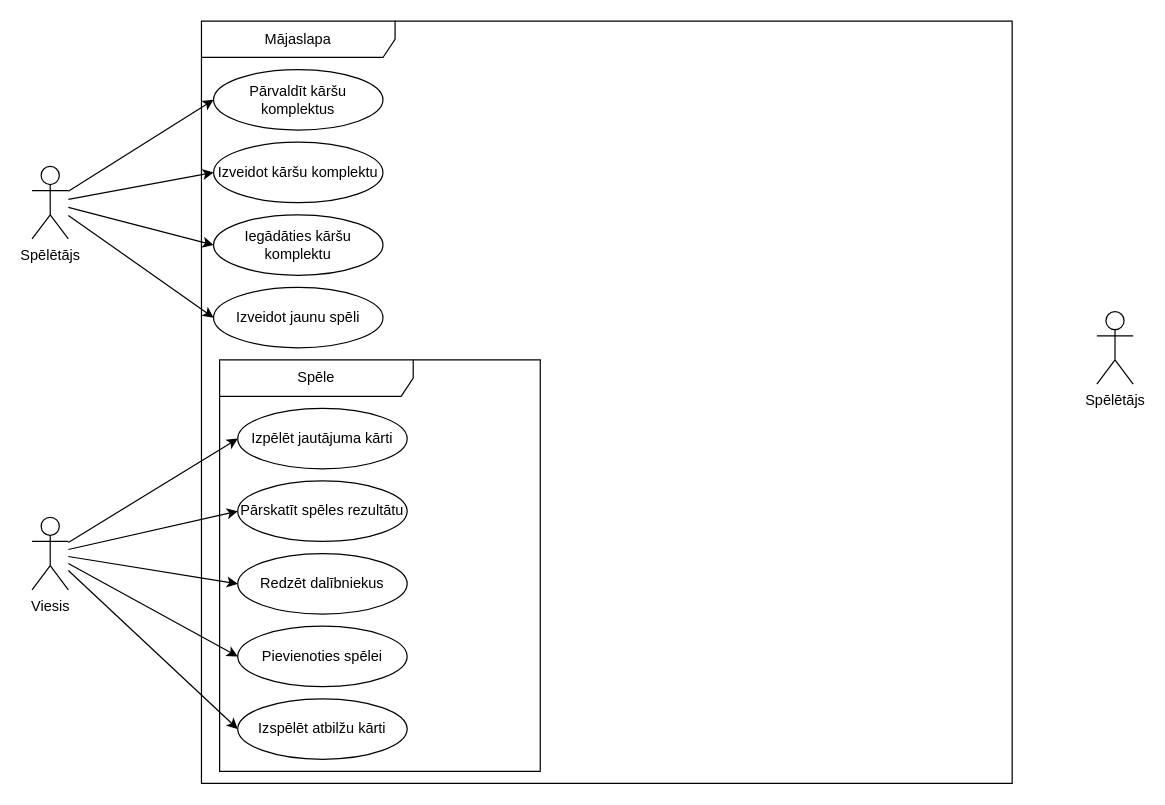
Before: dokumentacija/UseCase.drawio in Edgars-P/RVT-Projekts-CardGame, a draw.io diagram. Source tidied: cells renumbered, new cells numbered last; positions are measured from the earlier drawing's top-left corner, leaving out a move shared by most shapes. Both pictures are drawn from the tidied source at 121%, with x=0, y=0 at pixel (31, 21).
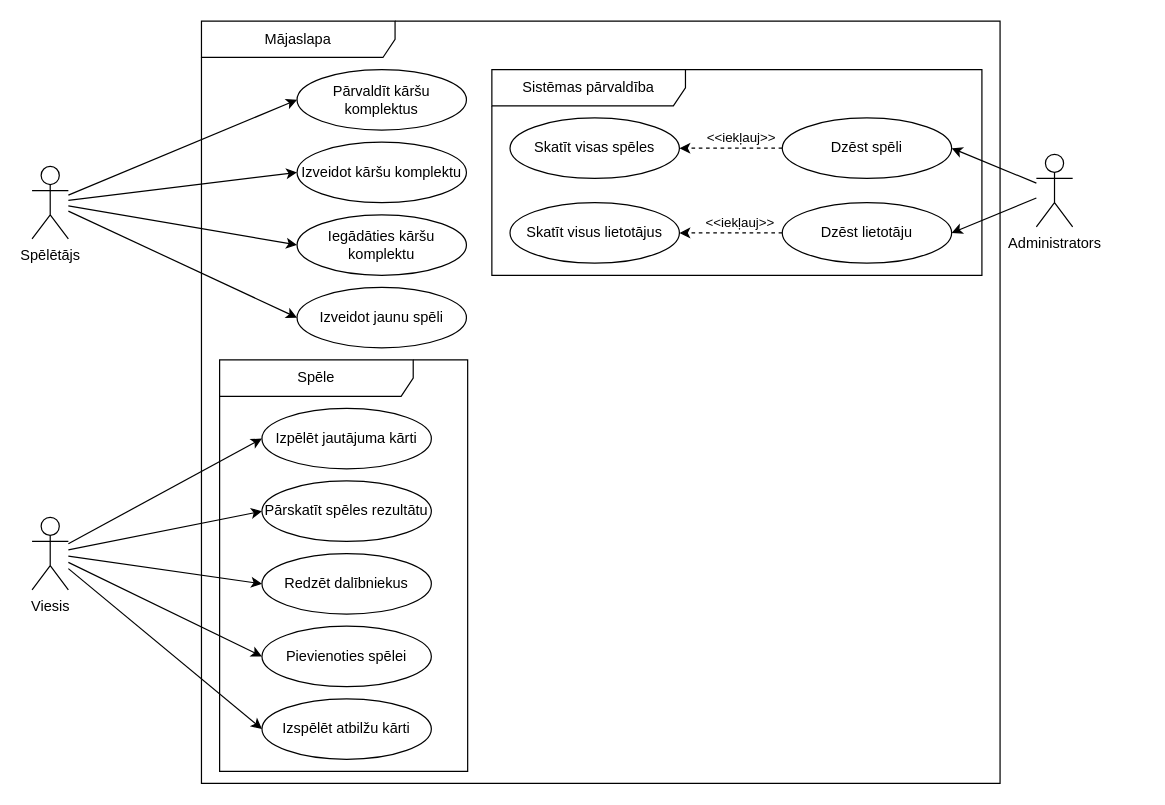
The same page after the edit.

What changed in the source:
```diff
@@
     <mxCell id="2" value="Mājaslapa" style="shape=umlFrame;whiteSpace=wrap;html=1;width=160;" parent="1" vertex="1">
-      <mxGeometry x="140" width="670" height="630" as="geometry" />
+      <mxGeometry x="140" width="660" height="630" as="geometry" />
     </mxCell>
     <mxCell id="3" value="Pārvaldīt kāršu komplektus" style="ellipse;whiteSpace=wrap;html=1;" parent="2" vertex="1">
-      <mxGeometry x="10" y="40" width="140" height="50" as="geometry" />
+      <mxGeometry x="79" y="40" width="140" height="50" as="geometry" />
     </mxCell>
     <mxCell id="4" value="Izveidot kāršu komplektu" style="ellipse;whiteSpace=wrap;html=1;" parent="2" vertex="1">
-      <mxGeometry x="10" y="100" width="140" height="50" as="geometry" />
+      <mxGeometry x="79" y="100" width="140" height="50" as="geometry" />
     </mxCell>
     <mxCell id="5" value="Iegādāties kāršu komplektu" style="ellipse;whiteSpace=wrap;html=1;" parent="2" vertex="1">
-      <mxGeometry x="10" y="160" width="140" height="50" as="geometry" />
+      <mxGeometry x="79" y="160" width="140" height="50" as="geometry" />
     </mxCell>
     <mxCell id="6" value="Izveidot jaunu spēli" style="ellipse;whiteSpace=wrap;html=1;" parent="2" vertex="1">
-      <mxGeometry x="10" y="220" width="140" height="50" as="geometry" />
+      <mxGeometry x="79" y="220" width="140" height="50" as="geometry" />
     </mxCell>
     <mxCell id="7" value="Spēle" style="shape=umlFrame;whiteSpace=wrap;html=1;width=160;" parent="2" vertex="1">
-      <mxGeometry x="15" y="280" width="265" height="340" as="geometry" />
+      <mxGeometry x="15" y="280" width="205" height="340" as="geometry" />
     </mxCell>
     <mxCell id="8" value="Izpēlēt jautājuma kārti" style="ellipse;whiteSpace=wrap;html=1;" parent="7" vertex="1">
-      <mxGeometry x="15" y="40" width="140" height="50" as="geometry" />
+      <mxGeometry x="35" y="40" width="140" height="50" as="geometry" />
     </mxCell>
     <mxCell id="9" value="Pārskatīt spēles rezultātu" style="ellipse;whiteSpace=wrap;html=1;" parent="7" vertex="1">
-      <mxGeometry x="15" y="100" width="140" height="50" as="geometry" />
+      <mxGeometry x="35" y="100" width="140" height="50" as="geometry" />
     </mxCell>
     <mxCell id="10" value="Redzēt dalībniekus" style="ellipse;whiteSpace=wrap;html=1;" parent="7" vertex="1">
-      <mxGeometry x="15" y="160" width="140" height="50" as="geometry" />
+      <mxGeometry x="35" y="160" width="140" height="50" as="geometry" />
     </mxCell>
     <mxCell id="11" value="Pievienoties spēlei" style="ellipse;whiteSpace=wrap;html=1;" parent="7" vertex="1">
-      <mxGeometry x="15" y="220" width="140" height="50" as="geometry" />
+      <mxGeometry x="35" y="220" width="140" height="50" as="geometry" />
     </mxCell>
     <mxCell id="12" value="Izspēlēt atbilžu kārti" style="ellipse;whiteSpace=wrap;html=1;" parent="7" vertex="1">
-      <mxGeometry x="15" y="280" width="140" height="50" as="geometry" />
+      <mxGeometry x="35" y="280" width="140" height="50" as="geometry" />
     </mxCell>
+    <mxCell id="25" value="Sistēmas pārvaldība" style="shape=umlFrame;whiteSpace=wrap;html=1;width=160;" parent="2" vertex="1">
+      <mxGeometry x="240" y="40" width="405" height="170" as="geometry" />
+    </mxCell>
+    <mxCell id="26" style="edgeStyle=none;shape=connector;rounded=0;jettySize=auto;html=1;entryX=1;entryY=0.5;entryDx=0;entryDy=0;labelBackgroundColor=default;strokeColor=default;align=center;verticalAlign=middle;fontFamily=Helvetica;fontSize=11;fontColor=default;endArrow=classic;dashed=1;" parent="25" edge="1" source="28" target="29">
+      <mxGeometry relative="1" as="geometry" />
+    </mxCell>
+    <mxCell id="27" value="&amp;lt;&amp;lt;iekļauj&amp;gt;&amp;gt;" style="edgeLabel;html=1;align=center;verticalAlign=middle;fontSize=11;fontFamily=Helvetica;fontColor=default;" parent="26" vertex="1">
+      <mxGeometry x="-0.5" y="-1" relative="1" as="geometry">
+        <mxPoint x="-14" y="-9" as="offset" />
+      </mxGeometry>
+    </mxCell>
+    <mxCell id="28" value="Dzēst spēli" style="ellipse;whiteSpace=wrap;html=1;" parent="25" vertex="1">
+      <mxGeometry x="240" y="40" width="140" height="50" as="geometry" />
+    </mxCell>
+    <mxCell id="29" value="Skatīt visas spēles" style="ellipse;whiteSpace=wrap;html=1;" parent="25" vertex="1">
+      <mxGeometry x="15" y="40" width="140" height="50" as="geometry" />
+    </mxCell>
+    <mxCell id="30" style="edgeStyle=none;shape=connector;rounded=0;jettySize=auto;html=1;entryX=1;entryY=0.5;entryDx=0;entryDy=0;labelBackgroundColor=default;strokeColor=default;align=center;verticalAlign=middle;fontFamily=Helvetica;fontSize=11;fontColor=default;endArrow=classic;dashed=1;" parent="25" edge="1" source="32" target="33">
+      <mxGeometry relative="1" as="geometry" />
+    </mxCell>
+    <mxCell id="31" value="&amp;lt;&amp;lt;iekļauj&amp;gt;&amp;gt;" style="edgeLabel;html=1;align=center;verticalAlign=middle;fontSize=11;fontFamily=Helvetica;fontColor=default;" parent="30" vertex="1">
+      <mxGeometry x="-0.15" relative="1" as="geometry">
+        <mxPoint y="-9" as="offset" />
+      </mxGeometry>
+    </mxCell>
+    <mxCell id="32" value="Dzēst lietotāju" style="ellipse;whiteSpace=wrap;html=1;" parent="25" vertex="1">
+      <mxGeometry x="240" y="110" width="140" height="50" as="geometry" />
+    </mxCell>
+    <mxCell id="33" value="Skatīt visus lietotājus" style="ellipse;whiteSpace=wrap;html=1;" parent="25" vertex="1">
+      <mxGeometry x="15" y="110" width="140" height="50" as="geometry" />
+    </mxCell>
@@
+    <mxCell id="34" style="edgeStyle=none;shape=connector;rounded=0;jettySize=auto;html=1;entryX=1;entryY=0.5;entryDx=0;entryDy=0;labelBackgroundColor=default;strokeColor=default;align=center;verticalAlign=middle;fontFamily=Helvetica;fontSize=11;fontColor=default;endArrow=classic;" parent="1" edge="1" source="24" target="28">
+      <mxGeometry relative="1" as="geometry" />
+    </mxCell>
+    <mxCell id="35" style="edgeStyle=none;shape=connector;rounded=0;jettySize=auto;html=1;entryX=1;entryY=0.5;entryDx=0;entryDy=0;labelBackgroundColor=default;strokeColor=default;align=center;verticalAlign=middle;fontFamily=Helvetica;fontSize=11;fontColor=default;endArrow=classic;" parent="1" edge="1" source="24" target="32">
+      <mxGeometry relative="1" as="geometry" />
+    </mxCell>
-    <mxCell id="24" value="Spēlētājs" style="shape=umlActor;verticalLabelPosition=bottom;verticalAlign=top;html=1;" parent="1" vertex="1">
-      <mxGeometry x="880" y="240" width="30" height="60" as="geometry" />
+    <mxCell id="24" value="Administrators" style="shape=umlActor;verticalLabelPosition=bottom;verticalAlign=top;html=1;" parent="1" vertex="1">
+      <mxGeometry x="830" y="110" width="30" height="60" as="geometry" />
     </mxCell>
```
